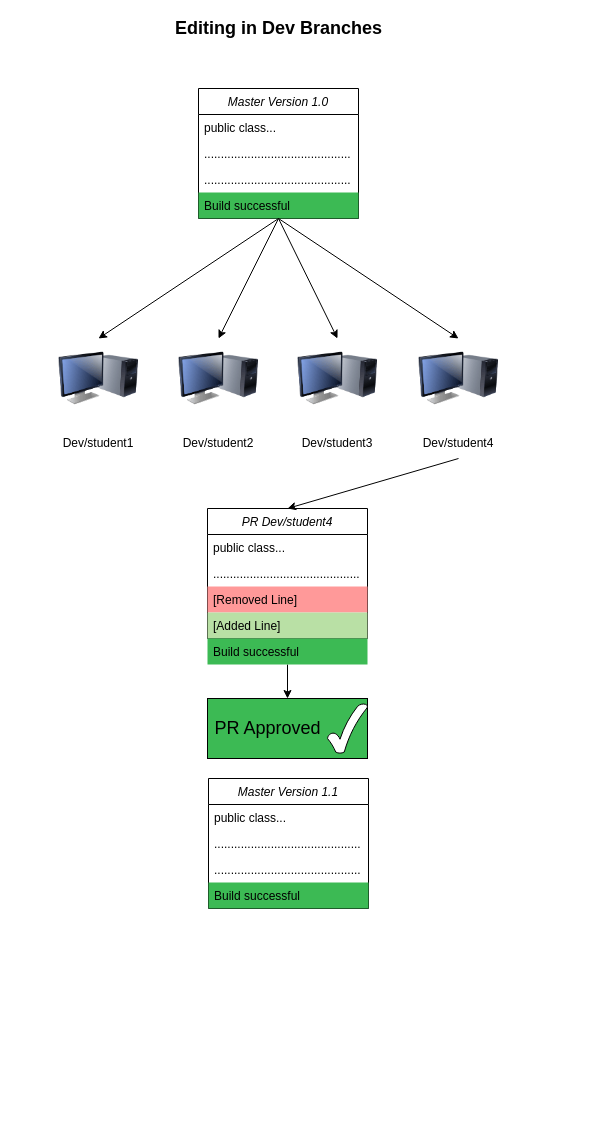
Earlier version of the draw.io diagram page "Page-1" (1 of 2) of Never-Edit-Master.drawio (2kkei/CSS496). Source tidied: cells renumbered, new cells numbered last; positions are measured from the earlier drawing's top-left corner, leaving out a move shared by most shapes. Both pictures are drawn from the tidied source at 100%, with x=0, y=0 at pixel (58, 18).
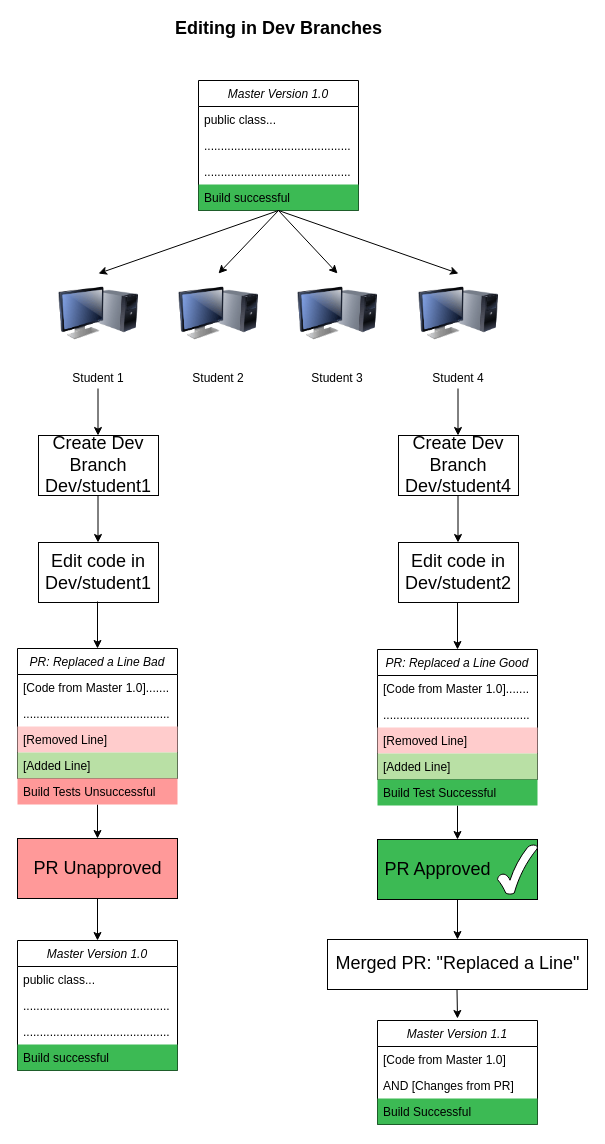
After the change.

Change to the diagram source:
```diff
@@
+    <mxCell id="36" style="rounded=0;whiteSpace=wrap;html=1;labelBackgroundColor=#3CBA54;fontSize=18;fillColor=#FFFFFF;align=center;" parent="1" vertex="1">
+      <mxGeometry x="269" y="921" width="260" height="50" as="geometry" />
+    </mxCell>
     <mxCell id="2" value="Master Version 1.0" style="swimlane;fontStyle=2;align=center;verticalAlign=top;horizontal=1;startSize=26;rounded=0;shadow=0;strokeWidth=1;" parent="1" vertex="1">
-      <mxGeometry x="140" y="70" width="160" height="130" as="geometry" />
+      <mxGeometry x="140" y="62" width="160" height="130" as="geometry" />
     </mxCell>
@@
     <mxCell id="7" style="image;html=1;image=img/lib/clip_art/computers/Monitor_Tower_128x128.png;" parent="1" vertex="1">
-      <mxGeometry y="320" width="80" height="80" as="geometry" />
+      <mxGeometry y="255" width="80" height="80" as="geometry" />
     </mxCell>
     <mxCell id="8" style="image;html=1;image=img/lib/clip_art/computers/Monitor_Tower_128x128.png;" parent="1" vertex="1">
-      <mxGeometry x="120" y="320" width="80" height="80" as="geometry" />
+      <mxGeometry x="120" y="255" width="80" height="80" as="geometry" />
     </mxCell>
     <mxCell id="9" style="image;html=1;image=img/lib/clip_art/computers/Monitor_Tower_128x128.png;" parent="1" vertex="1">
-      <mxGeometry x="239" y="320" width="80" height="80" as="geometry" />
+      <mxGeometry x="239" y="255" width="80" height="80" as="geometry" />
     </mxCell>
     <mxCell id="10" style="image;html=1;image=img/lib/clip_art/computers/Monitor_Tower_128x128.png;" parent="1" vertex="1">
-      <mxGeometry x="360" y="320" width="80" height="80" as="geometry" />
+      <mxGeometry x="360" y="255" width="80" height="80" as="geometry" />
     </mxCell>
-    <mxCell id="11" value="Dev/student1" style="text;html=1;strokeColor=none;fillColor=none;align=center;verticalAlign=middle;whiteSpace=wrap;rounded=0;" parent="1" vertex="1">
-      <mxGeometry x="10" y="410" width="60" height="30" as="geometry" />
+    <mxCell id="11" value="Student 1" style="text;html=1;strokeColor=none;fillColor=none;align=center;verticalAlign=middle;whiteSpace=wrap;rounded=0;" parent="1" vertex="1">
+      <mxGeometry x="10" y="345" width="60" height="30" as="geometry" />
     </mxCell>
-    <mxCell id="12" value="Dev/student2" style="text;html=1;strokeColor=none;fillColor=none;align=center;verticalAlign=middle;whiteSpace=wrap;rounded=0;" parent="1" vertex="1">
-      <mxGeometry x="130" y="410" width="60" height="30" as="geometry" />
+    <mxCell id="12" value="Student 2" style="text;html=1;strokeColor=none;fillColor=none;align=center;verticalAlign=middle;whiteSpace=wrap;rounded=0;" parent="1" vertex="1">
+      <mxGeometry x="130" y="345" width="60" height="30" as="geometry" />
     </mxCell>
-    <mxCell id="13" value="Dev/student3" style="text;html=1;strokeColor=none;fillColor=none;align=center;verticalAlign=middle;whiteSpace=wrap;rounded=0;" parent="1" vertex="1">
-      <mxGeometry x="249" y="410" width="60" height="30" as="geometry" />
+    <mxCell id="13" value="Student 3" style="text;html=1;strokeColor=none;fillColor=none;align=center;verticalAlign=middle;whiteSpace=wrap;rounded=0;" parent="1" vertex="1">
+      <mxGeometry x="249" y="345" width="60" height="30" as="geometry" />
     </mxCell>
-    <mxCell id="14" value="Dev/student4" style="text;html=1;strokeColor=none;fillColor=none;align=center;verticalAlign=middle;whiteSpace=wrap;rounded=0;" parent="1" vertex="1">
-      <mxGeometry x="370" y="410" width="60" height="30" as="geometry" />
+    <mxCell id="14" value="Student 4" style="text;html=1;strokeColor=none;fillColor=none;align=center;verticalAlign=middle;whiteSpace=wrap;rounded=0;" parent="1" vertex="1">
+      <mxGeometry x="370" y="345" width="60" height="30" as="geometry" />
     </mxCell>
@@
     <mxCell id="16" style="endArrow=classic;html=1;rounded=0;fontSize=18;entryX=0.5;entryY=0;entryDx=0;entryDy=0;" parent="1" edge="1" target="7">
       <mxGeometry relative="1" as="geometry">
-        <mxPoint x="220" y="200" as="sourcePoint" />
+        <mxPoint x="220" y="192" as="sourcePoint" />
       </mxGeometry>
     </mxCell>
     <mxCell id="17" style="endArrow=classic;html=1;rounded=0;fontSize=18;entryX=0.5;entryY=0;entryDx=0;entryDy=0;" parent="1" edge="1" target="8">
       <mxGeometry relative="1" as="geometry">
-        <mxPoint x="220" y="200" as="sourcePoint" />
+        <mxPoint x="220" y="192" as="sourcePoint" />
       </mxGeometry>
     </mxCell>
     <mxCell id="18" style="endArrow=classic;html=1;rounded=0;fontSize=18;entryX=0.5;entryY=0;entryDx=0;entryDy=0;" parent="1" edge="1" target="9">
       <mxGeometry relative="1" as="geometry">
-        <mxPoint x="220" y="200" as="sourcePoint" />
+        <mxPoint x="220" y="192" as="sourcePoint" />
       </mxGeometry>
     </mxCell>
     <mxCell id="19" style="endArrow=classic;html=1;rounded=0;fontSize=18;entryX=0.5;entryY=0;entryDx=0;entryDy=0;" parent="1" edge="1" target="10">
       <mxGeometry relative="1" as="geometry">
-        <mxPoint x="220" y="200" as="sourcePoint" />
+        <mxPoint x="220" y="192" as="sourcePoint" />
       </mxGeometry>
     </mxCell>
-    <mxCell id="20" value="PR Dev/student4" style="swimlane;fontStyle=2;align=center;verticalAlign=top;horizontal=1;startSize=26;rounded=0;shadow=0;strokeWidth=1;" parent="1" vertex="1">
-      <mxGeometry x="149" y="490" width="160" height="130" as="geometry" />
+    <mxCell id="20" value="PR: Replaced a Line Good" style="swimlane;fontStyle=2;align=center;verticalAlign=top;horizontal=1;startSize=26;rounded=0;shadow=0;strokeWidth=1;" parent="1" vertex="1">
+      <mxGeometry x="319" y="631" width="160" height="130" as="geometry" />
     </mxCell>
-    <mxCell id="21" value="public class..." style="text;align=left;verticalAlign=top;spacingLeft=4;spacingRight=4;overflow=hidden;" parent="20" vertex="1">
+    <mxCell id="21" value="[Code from Master 1.0]......." style="text;align=left;verticalAlign=top;spacingLeft=4;spacingRight=4;overflow=hidden;" parent="20" vertex="1">
       <mxGeometry y="26" width="160" height="26" as="geometry" />
     </mxCell>
@@
-    <mxCell id="23" value="[Removed Line]" style="text;align=left;verticalAlign=top;spacingLeft=4;spacingRight=4;overflow=hidden;rounded=0;shadow=0;html=0;fillColor=#FF9999;" parent="20" vertex="1">
+    <mxCell id="23" value="[Removed Line]" style="text;align=left;verticalAlign=top;spacingLeft=4;spacingRight=4;overflow=hidden;rounded=0;shadow=0;html=0;fillColor=#FFCCCC;" parent="20" vertex="1">
       <mxGeometry y="78" width="160" height="26" as="geometry" />
     </mxCell>
@@
     <mxCell id="25" style="rounded=0;whiteSpace=wrap;html=1;labelBackgroundColor=#3CBA54;fontSize=18;fillColor=#3CBA54;align=center;" parent="1" vertex="1">
-      <mxGeometry x="149" y="680" width="160" height="60" as="geometry" />
+      <mxGeometry x="319" y="821" width="160" height="60" as="geometry" />
     </mxCell>
     <mxCell id="26" value="PR Approved" style="text;html=1;align=center;verticalAlign=middle;strokeColor=none;fillColor=none;fontSize=18;" parent="1" vertex="1">
-      <mxGeometry x="149" y="695" width="120" height="30" as="geometry" />
+      <mxGeometry x="319" y="836" width="120" height="30" as="geometry" />
     </mxCell>
     <mxCell id="27" style="verticalLabelPosition=bottom;verticalAlign=top;html=1;shape=mxgraph.basic.tick;labelBackgroundColor=#3CBA54;fontSize=18;fillColor=#FFFFFF;" parent="1" vertex="1">
-      <mxGeometry x="269" y="685" width="40" height="50" as="geometry" />
+      <mxGeometry x="439" y="826" width="40" height="50" as="geometry" />
     </mxCell>
     <mxCell id="28" style="endArrow=classic;html=1;rounded=0;fontSize=18;" parent="1" edge="1" source="29">
       <mxGeometry relative="1" as="geometry">
-        <mxPoint x="229" y="680" as="targetPoint" />
+        <mxPoint x="399" y="821" as="targetPoint" />
       </mxGeometry>
     </mxCell>
-    <mxCell id="29" value="Build successful" style="text;align=left;verticalAlign=top;spacingLeft=4;spacingRight=4;overflow=hidden;points=[[0,0.5],[1,0.5]];portConstraint=eastwest;labelBackgroundColor=#3CBA54;fillColor=#3CBA54;" parent="1" vertex="1">
-      <mxGeometry x="149" y="620" width="160" height="26" as="geometry" />
+    <mxCell id="29" value="Build Test Successful" style="text;align=left;verticalAlign=top;spacingLeft=4;spacingRight=4;overflow=hidden;points=[[0,0.5],[1,0.5]];portConstraint=eastwest;labelBackgroundColor=#3CBA54;fillColor=#3CBA54;" parent="1" vertex="1">
+      <mxGeometry x="319" y="761" width="160" height="26" as="geometry" />
     </mxCell>
-    <mxCell id="30" style="endArrow=classic;html=1;rounded=0;fontSize=18;entryX=0.5;entryY=0;entryDx=0;entryDy=0;exitX=0.5;exitY=1;exitDx=0;exitDy=0;" parent="1" edge="1" source="14" target="20">
-      <mxGeometry relative="1" as="geometry" />
+    <mxCell id="30" style="endArrow=classic;html=1;rounded=0;fontSize=18;entryX=0.5;entryY=0;entryDx=0;entryDy=0;exitX=0.5;exitY=1;exitDx=0;exitDy=0;" parent="1" edge="1" target="20">
+      <mxGeometry relative="1" as="geometry">
+        <mxPoint x="399" y="584" as="sourcePoint" />
+      </mxGeometry>
     </mxCell>
+    <mxCell id="37" style="endArrow=classic;html=1;rounded=0;fontSize=18;exitX=0.5;exitY=1;exitDx=0;exitDy=0;" parent="1" edge="1" source="25">
+      <mxGeometry relative="1" as="geometry">
+        <mxPoint x="399" y="921" as="targetPoint" />
+      </mxGeometry>
+    </mxCell>
     <mxCell id="31" value="Master Version 1.1" style="swimlane;fontStyle=2;align=center;verticalAlign=top;horizontal=1;startSize=26;rounded=0;shadow=0;strokeWidth=1;" parent="1" vertex="1">
-      <mxGeometry x="150" y="760" width="160" height="130" as="geometry" />
+      <mxGeometry x="319" y="1002" width="160" height="104" as="geometry" />
     </mxCell>
+    <mxCell id="38" value="[Code from Master 1.0]" style="text;align=left;verticalAlign=top;spacingLeft=4;spacingRight=4;overflow=hidden;" parent="31" vertex="1">
+      <mxGeometry y="26" width="160" height="26" as="geometry" />
+    </mxCell>
+    <mxCell id="39" value="AND [Changes from PR]" style="text;align=left;verticalAlign=top;spacingLeft=4;spacingRight=4;overflow=hidden;rounded=0;shadow=0;html=0;" parent="31" vertex="1">
+      <mxGeometry y="52" width="160" height="26" as="geometry" />
+    </mxCell>
+    <mxCell id="40" value="Build Successful" style="text;align=left;verticalAlign=top;spacingLeft=4;spacingRight=4;overflow=hidden;labelBackgroundColor=#3CBA54;fillColor=#3CBA54;" parent="31" vertex="1">
+      <mxGeometry y="78" width="160" height="26" as="geometry" />
+    </mxCell>
+    <mxCell id="41" value="Merged PR: &quot;Replaced a Line&quot;" style="text;html=1;align=center;verticalAlign=middle;strokeColor=none;fillColor=none;fontSize=18;" parent="1" vertex="1">
+      <mxGeometry x="269" y="930" width="260" height="30" as="geometry" />
+    </mxCell>
+    <mxCell id="42" style="endArrow=classic;html=1;rounded=0;fontSize=18;exitX=0.5;exitY=1;exitDx=0;exitDy=0;" parent="1" edge="1">
+      <mxGeometry relative="1" as="geometry">
+        <mxPoint x="398.5" y="971" as="sourcePoint" />
+        <mxPoint x="399" y="1000" as="targetPoint" />
+      </mxGeometry>
+    </mxCell>
+    <mxCell id="43" value="PR: Replaced a Line Bad" style="swimlane;fontStyle=2;align=center;verticalAlign=top;horizontal=1;startSize=26;rounded=0;shadow=0;strokeWidth=1;" parent="1" vertex="1">
+      <mxGeometry x="-41" y="630" width="160" height="130" as="geometry" />
+    </mxCell>
+    <mxCell id="44" value="[Code from Master 1.0]......." style="text;align=left;verticalAlign=top;spacingLeft=4;spacingRight=4;overflow=hidden;" parent="43" vertex="1">
+      <mxGeometry y="26" width="160" height="26" as="geometry" />
+    </mxCell>
+    <mxCell id="45" value="............................................ " style="text;align=left;verticalAlign=top;spacingLeft=4;spacingRight=4;overflow=hidden;rounded=0;shadow=0;html=0;" parent="43" vertex="1">
+      <mxGeometry y="52" width="160" height="26" as="geometry" />
+    </mxCell>
+    <mxCell id="46" value="[Removed Line]" style="text;align=left;verticalAlign=top;spacingLeft=4;spacingRight=4;overflow=hidden;rounded=0;shadow=0;html=0;fillColor=#FFCCCC;" parent="43" vertex="1">
+      <mxGeometry y="78" width="160" height="26" as="geometry" />
+    </mxCell>
+    <mxCell id="47" value="[Added Line]" style="text;align=left;verticalAlign=top;spacingLeft=4;spacingRight=4;overflow=hidden;rounded=0;shadow=0;html=0;fillColor=#B9E0A5;" parent="43" vertex="1">
+      <mxGeometry y="104" width="160" height="26" as="geometry" />
+    </mxCell>
+    <mxCell id="48" style="rounded=0;whiteSpace=wrap;html=1;labelBackgroundColor=#3CBA54;fontSize=18;fillColor=#FF9999;align=center;" parent="1" vertex="1">
+      <mxGeometry x="-41" y="820" width="160" height="60" as="geometry" />
+    </mxCell>
+    <mxCell id="49" value="PR Unapproved" style="text;html=1;align=center;verticalAlign=middle;strokeColor=none;fillColor=none;fontSize=18;" parent="1" vertex="1">
+      <mxGeometry x="-31" y="835" width="140" height="30" as="geometry" />
+    </mxCell>
+    <mxCell id="50" style="endArrow=classic;html=1;rounded=0;fontSize=18;" parent="1" edge="1" source="51">
+      <mxGeometry relative="1" as="geometry">
+        <mxPoint x="39" y="820" as="targetPoint" />
+      </mxGeometry>
+    </mxCell>
+    <mxCell id="51" value="Build Tests Unsuccessful" style="text;align=left;verticalAlign=top;spacingLeft=4;spacingRight=4;overflow=hidden;points=[[0,0.5],[1,0.5]];portConstraint=eastwest;labelBackgroundColor=none;fillColor=#FF9999;" parent="1" vertex="1">
+      <mxGeometry x="-41" y="760" width="160" height="26" as="geometry" />
+    </mxCell>
+    <mxCell id="52" style="endArrow=classic;html=1;rounded=0;fontSize=18;entryX=0.5;entryY=0;entryDx=0;entryDy=0;exitX=0.5;exitY=1;exitDx=0;exitDy=0;" parent="1" edge="1" target="43">
+      <mxGeometry relative="1" as="geometry">
+        <mxPoint x="39" y="583" as="sourcePoint" />
+      </mxGeometry>
+    </mxCell>
+    <mxCell id="53" value="Create Dev Branch Dev/student1" style="rounded=0;whiteSpace=wrap;html=1;labelBackgroundColor=none;fontSize=18;fillColor=none;align=center;" parent="1" vertex="1">
+      <mxGeometry x="-20" y="417" width="120" height="60" as="geometry" />
+    </mxCell>
+    <mxCell id="54" style="endArrow=classic;html=1;rounded=0;fontSize=18;entryX=0.5;entryY=0;entryDx=0;entryDy=0;exitX=0.5;exitY=1;exitDx=0;exitDy=0;" parent="1" edge="1">
+      <mxGeometry relative="1" as="geometry">
+        <mxPoint x="39.5" y="370" as="sourcePoint" />
+        <mxPoint x="39.5" y="417" as="targetPoint" />
+      </mxGeometry>
+    </mxCell>
+    <mxCell id="55" value="Create Dev Branch Dev/student4" style="rounded=0;whiteSpace=wrap;html=1;labelBackgroundColor=none;fontSize=18;fillColor=none;align=center;" parent="1" vertex="1">
+      <mxGeometry x="340" y="417" width="120" height="60" as="geometry" />
+    </mxCell>
+    <mxCell id="56" style="endArrow=classic;html=1;rounded=0;fontSize=18;entryX=0.5;entryY=0;entryDx=0;entryDy=0;exitX=0.5;exitY=1;exitDx=0;exitDy=0;" parent="1" edge="1">
+      <mxGeometry relative="1" as="geometry">
+        <mxPoint x="399.5" y="370" as="sourcePoint" />
+        <mxPoint x="399.5" y="417" as="targetPoint" />
+      </mxGeometry>
+    </mxCell>
+    <mxCell id="57" value="Edit code in Dev/student1" style="rounded=0;whiteSpace=wrap;html=1;labelBackgroundColor=none;fontSize=18;fillColor=none;align=center;" parent="1" vertex="1">
+      <mxGeometry x="-20" y="524" width="120" height="60" as="geometry" />
+    </mxCell>
+    <mxCell id="58" style="endArrow=classic;html=1;rounded=0;fontSize=18;entryX=0.5;entryY=0;entryDx=0;entryDy=0;exitX=0.5;exitY=1;exitDx=0;exitDy=0;" parent="1" edge="1">
+      <mxGeometry relative="1" as="geometry">
+        <mxPoint x="39.5" y="477" as="sourcePoint" />
+        <mxPoint x="39.5" y="524" as="targetPoint" />
+      </mxGeometry>
+    </mxCell>
+    <mxCell id="59" value="Edit code in Dev/student2" style="rounded=0;whiteSpace=wrap;html=1;labelBackgroundColor=none;fontSize=18;fillColor=none;align=center;" parent="1" vertex="1">
+      <mxGeometry x="340" y="524" width="120" height="60" as="geometry" />
+    </mxCell>
+    <mxCell id="60" style="endArrow=classic;html=1;rounded=0;fontSize=18;entryX=0.5;entryY=0;entryDx=0;entryDy=0;exitX=0.5;exitY=1;exitDx=0;exitDy=0;" parent="1" edge="1">
+      <mxGeometry relative="1" as="geometry">
+        <mxPoint x="399.5" y="477" as="sourcePoint" />
+        <mxPoint x="399.5" y="524" as="targetPoint" />
+      </mxGeometry>
+    </mxCell>
+    <mxCell id="61" value="Master Version 1.0" style="swimlane;fontStyle=2;align=center;verticalAlign=top;horizontal=1;startSize=26;rounded=0;shadow=0;strokeWidth=1;" parent="1" vertex="1">
+      <mxGeometry x="-41" y="922" width="160" height="130" as="geometry" />
+    </mxCell>
-    <mxCell id="32" value="public class..." style="text;align=left;verticalAlign=top;spacingLeft=4;spacingRight=4;overflow=hidden;" parent="31" vertex="1">
+    <mxCell id="32" value="public class..." style="text;align=left;verticalAlign=top;spacingLeft=4;spacingRight=4;overflow=hidden;" parent="61" vertex="1">
       <mxGeometry y="26" width="160" height="26" as="geometry" />
     </mxCell>
-    <mxCell id="33" value="............................................ " style="text;align=left;verticalAlign=top;spacingLeft=4;spacingRight=4;overflow=hidden;rounded=0;shadow=0;html=0;" parent="31" vertex="1">
-      <mxGeometry y="52" width="160" height="26" as="geometry" />
-    </mxCell>
+    <mxCell id="62" value="............................................ " style="text;align=left;verticalAlign=top;spacingLeft=4;spacingRight=4;overflow=hidden;rounded=0;shadow=0;html=0;" parent="61" vertex="1">
+      <mxGeometry y="52" width="160" height="26" as="geometry" />
+    </mxCell>
-    <mxCell id="34" value="............................................ " style="text;align=left;verticalAlign=top;spacingLeft=4;spacingRight=4;overflow=hidden;rounded=0;shadow=0;html=0;" parent="31" vertex="1">
+    <mxCell id="34" value="............................................ " style="text;align=left;verticalAlign=top;spacingLeft=4;spacingRight=4;overflow=hidden;rounded=0;shadow=0;html=0;" parent="61" vertex="1">
       <mxGeometry y="78" width="160" height="26" as="geometry" />
     </mxCell>
-    <mxCell id="35" value="Build successful" style="text;align=left;verticalAlign=top;spacingLeft=4;spacingRight=4;overflow=hidden;labelBackgroundColor=#3CBA54;fillColor=#3CBA54;" parent="31" vertex="1">
+    <mxCell id="35" value="Build successful" style="text;align=left;verticalAlign=top;spacingLeft=4;spacingRight=4;overflow=hidden;labelBackgroundColor=#3CBA54;fillColor=#3CBA54;" parent="61" vertex="1">
       <mxGeometry y="104" width="160" height="26" as="geometry" />
     </mxCell>
+    <mxCell id="63" style="endArrow=classic;html=1;rounded=0;fontSize=18;exitX=0.5;exitY=1;exitDx=0;exitDy=0;entryX=0.5;entryY=0;entryDx=0;entryDy=0;" parent="1" edge="1" source="48" target="61">
+      <mxGeometry relative="1" as="geometry" />
+    </mxCell>
```
